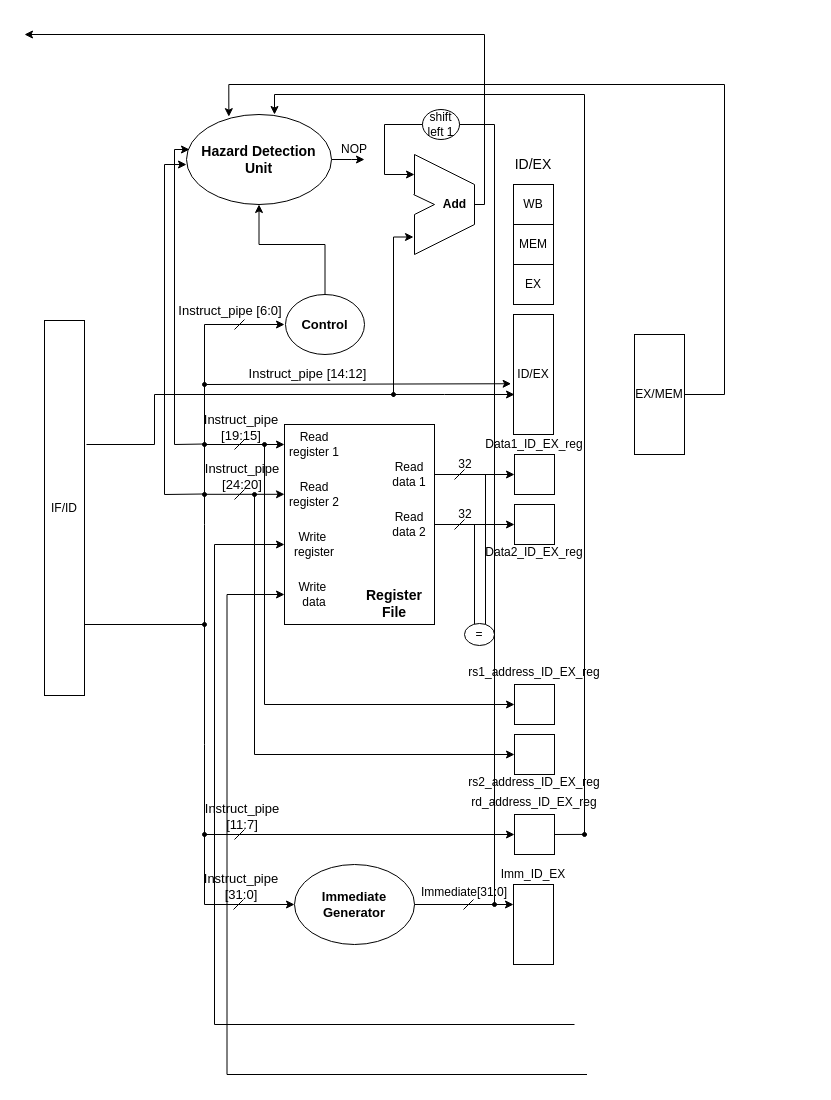
This is lab3/decode.drawio from Dragosk97/ISA-laboratories, a draw.io file, before an edit. Source tidied: cells renumbered, new cells numbered last; positions are measured from the earlier drawing's top-left corner, leaving out a move shared by most shapes. Both pictures are drawn from the tidied source at 100%, with x=0, y=0 at pixel (24, 34).
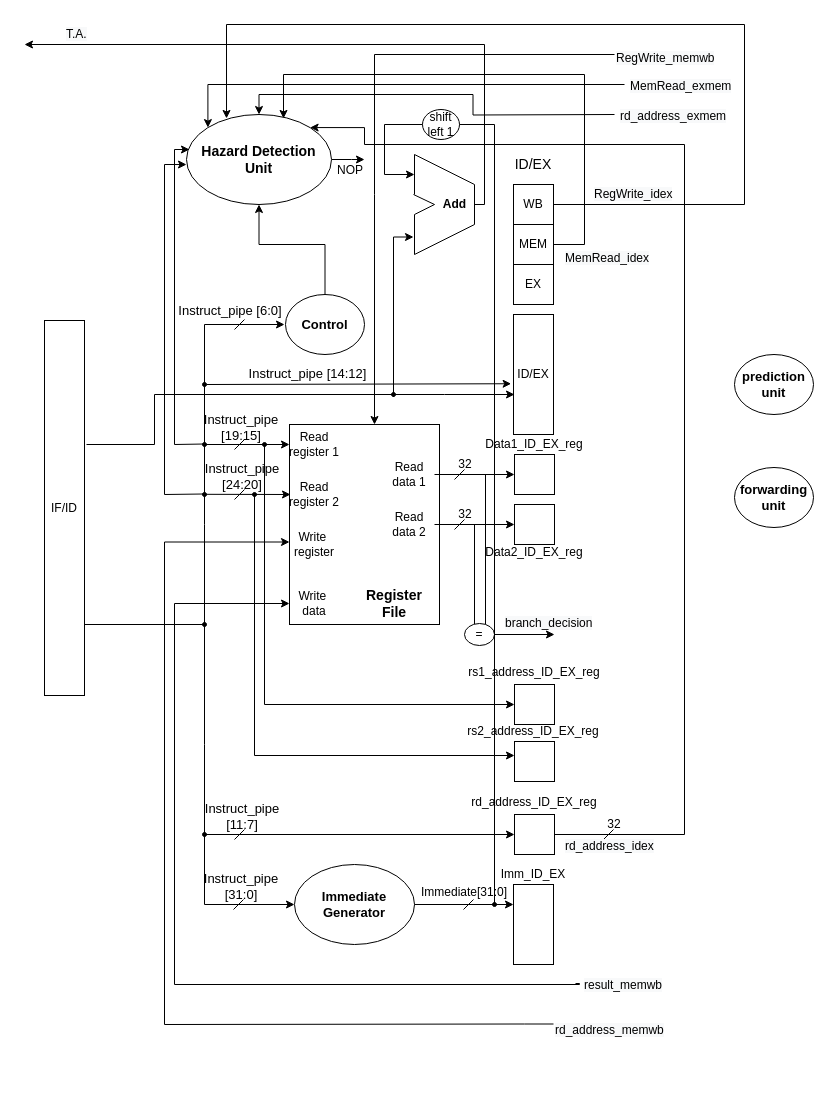
The same diagram, later.

Unchanged cells that the change refers to:
```xml
<mxCell id="5" value="Read register 1" style="text;html=1;strokeColor=none;fillColor=none;align=center;verticalAlign=middle;whiteSpace=wrap;rounded=0;" parent="1" vertex="1">
  <mxGeometry x="260" y="400" width="60" height="20" as="geometry" />
</mxCell>
<mxCell id="53" value="WB" style="rounded=0;whiteSpace=wrap;html=1;" parent="1" vertex="1">
  <mxGeometry x="489" y="150" width="40" height="40" as="geometry" />
</mxCell>
<mxCell id="54" value="MEM" style="rounded=0;whiteSpace=wrap;html=1;" parent="1" vertex="1">
  <mxGeometry x="489" y="190" width="40" height="40" as="geometry" />
</mxCell>
<mxCell id="65" style="rounded=0;whiteSpace=wrap;html=1;" parent="1" vertex="1">
  <mxGeometry x="490" y="780" width="40" height="40" as="geometry" />
</mxCell>
<mxCell id="70" value="&lt;font style=&quot;font-size: 14px&quot;&gt;&lt;b&gt;Hazard Detection Unit&lt;/b&gt;&lt;/font&gt;" style="ellipse;whiteSpace=wrap;html=1;" parent="1" vertex="1">
  <mxGeometry x="162" y="80" width="145" height="90" as="geometry" />
</mxCell>
<mxCell id="80" value="&lt;span&gt;Add&lt;/span&gt;" style="text;html=1;align=center;verticalAlign=middle;points=[];fontStyle=1;" parent="1" vertex="1">
  <mxGeometry x="410" y="160" width="40" height="20" as="geometry" />
</mxCell>
```

The edit, as a diff of the source:
```diff
@@
-    <mxCell id="3" style="endArrow=classic;html=1;rounded=0;entryX=0;entryY=0.5;entryDx=0;entryDy=0;" parent="1" edge="1" target="5">
+    <mxCell id="3" style="endArrow=classic;html=1;rounded=0;" parent="1" edge="1">
       <mxGeometry relative="1" as="geometry">
-        <mxPoint x="180" y="590" as="sourcePoint" />
+        <mxPoint x="180" y="591" as="sourcePoint" />
+        <mxPoint x="265" y="410" as="targetPoint" />
         <Array as="points">
           <mxPoint x="180" y="490" />
           <mxPoint x="180" y="410" />
         </Array>
       </mxGeometry>
     </mxCell>
+    <mxCell id="100" style="edgeStyle=orthogonalEdgeStyle;rounded=0;jettySize=auto;html=1;exitX=0;exitY=0.75;exitDx=0;exitDy=0;entryX=0;entryY=0.5;entryDx=0;entryDy=0;" parent="1" edge="1" target="8">
+      <mxGeometry relative="1" as="geometry">
+        <mxPoint x="551" y="949" as="sourcePoint" />
+        <Array as="points">
+          <mxPoint x="555" y="949" />
+          <mxPoint x="555" y="950" />
+          <mxPoint x="150" y="950" />
+          <mxPoint x="150" y="569" />
+        </Array>
+      </mxGeometry>
+    </mxCell>
+    <mxCell id="101" style="edgeStyle=orthogonalEdgeStyle;rounded=0;jettySize=auto;html=1;exitX=0;exitY=0.25;exitDx=0;exitDy=0;" parent="1" edge="1" source="110">
+      <mxGeometry relative="1" as="geometry">
+        <mxPoint x="265" y="507.5" as="targetPoint" />
+        <Array as="points">
+          <mxPoint x="500" y="990" />
+          <mxPoint x="140" y="990" />
+          <mxPoint x="140" y="508" />
+        </Array>
+      </mxGeometry>
+    </mxCell>
+    <mxCell id="102" style="edgeStyle=orthogonalEdgeStyle;rounded=0;orthogonalLoop=1;jettySize=auto;html=1;exitX=0.5;exitY=0;exitDx=0;exitDy=0;entryX=0.5;entryY=0;entryDx=0;entryDy=0;" parent="1" edge="1">
+      <mxGeometry relative="1" as="geometry">
+        <mxPoint x="590" y="20" as="sourcePoint" />
+        <mxPoint x="350" y="390" as="targetPoint" />
+        <Array as="points">
+          <mxPoint x="350" y="160" />
+          <mxPoint x="350" y="160" />
+        </Array>
+      </mxGeometry>
+    </mxCell>
     <mxCell id="4" style="rounded=0;whiteSpace=wrap;html=1;" parent="1" vertex="1">
-      <mxGeometry x="260" y="390" width="150" height="200" as="geometry" />
+      <mxGeometry x="265" y="390" width="150" height="200" as="geometry" />
     </mxCell>
@@
     <mxCell id="7" value="Write&amp;nbsp;&lt;br&gt;register" style="text;html=1;strokeColor=none;fillColor=none;align=center;verticalAlign=middle;whiteSpace=wrap;rounded=0;" parent="1" vertex="1">
-      <mxGeometry x="260" y="500" width="60" height="20" as="geometry" />
+      <mxGeometry x="265" y="500" width="50" height="20" as="geometry" />
     </mxCell>
     <mxCell id="8" value="Write&amp;nbsp;&lt;br&gt;data&lt;br&gt;" style="text;html=1;strokeColor=none;fillColor=none;align=center;verticalAlign=middle;whiteSpace=wrap;rounded=0;" parent="1" vertex="1">
-      <mxGeometry x="260" y="550" width="60" height="20" as="geometry" />
+      <mxGeometry x="265" y="559" width="50" height="20" as="geometry" />
     </mxCell>
@@
     <mxCell id="12" style="endArrow=classic;html=1;" parent="1" edge="1">
       <mxGeometry relative="1" as="geometry">
-        <mxPoint x="180" y="459.8" as="sourcePoint" />
-        <mxPoint x="260" y="459.8" as="targetPoint" />
+        <mxPoint x="178" y="459.8" as="sourcePoint" />
+        <mxPoint x="266" y="460" as="targetPoint" />
       </mxGeometry>
     </mxCell>
@@
+    <mxCell id="103" style="edgeStyle=orthogonalEdgeStyle;rounded=0;orthogonalLoop=1;jettySize=auto;html=1;" parent="1" edge="1">
+      <mxGeometry relative="1" as="geometry">
+        <mxPoint x="470" y="600" as="sourcePoint" />
+        <mxPoint x="530" y="600" as="targetPoint" />
+      </mxGeometry>
+    </mxCell>
@@
+    <mxCell id="104" style="edgeStyle=orthogonalEdgeStyle;rounded=0;jettySize=auto;html=1;exitX=1;exitY=0.5;exitDx=0;exitDy=0;entryX=0.276;entryY=0.044;entryDx=0;entryDy=0;entryPerimeter=0;" parent="1" edge="1" source="53" target="70">
+      <mxGeometry relative="1" as="geometry">
+        <Array as="points">
+          <mxPoint x="720" y="170" />
+          <mxPoint x="720" y="-10" />
+          <mxPoint x="202" y="-10" />
+        </Array>
+      </mxGeometry>
+    </mxCell>
@@
+    <mxCell id="105" style="edgeStyle=orthogonalEdgeStyle;rounded=0;jettySize=auto;html=1;exitX=1;exitY=0.5;exitDx=0;exitDy=0;entryX=0.669;entryY=0.044;entryDx=0;entryDy=0;entryPerimeter=0;" parent="1" edge="1" source="54" target="70">
+      <mxGeometry relative="1" as="geometry">
+        <Array as="points">
+          <mxPoint x="560" y="210" />
+          <mxPoint x="560" y="40" />
+          <mxPoint x="259" y="40" />
+        </Array>
+      </mxGeometry>
+    </mxCell>
@@
     <mxCell id="57" style="endArrow=classic;html=1;rounded=0;" parent="1" edge="1">
       <mxGeometry relative="1" as="geometry">
-        <mxPoint x="230" y="460" as="sourcePoint" />
-        <mxPoint x="490" y="720" as="targetPoint" />
+        <mxPoint x="230" y="461" as="sourcePoint" />
+        <mxPoint x="490" y="721" as="targetPoint" />
         <Array as="points">
-          <mxPoint x="230" y="720" />
+          <mxPoint x="230" y="721" />
         </Array>
       </mxGeometry>
     </mxCell>
@@
     <mxCell id="60" style="rounded=0;whiteSpace=wrap;html=1;" parent="1" vertex="1">
-      <mxGeometry x="490" y="700" width="40" height="40" as="geometry" />
+      <mxGeometry x="490" y="707" width="40" height="40" as="geometry" />
     </mxCell>
@@
     <mxCell id="62" value="rs2_address_ID_EX_reg" style="text;html=1;strokeColor=none;fillColor=none;align=center;verticalAlign=middle;whiteSpace=wrap;rounded=0;" parent="1" vertex="1">
-      <mxGeometry x="490" y="737.5" width="40" height="20" as="geometry" />
+      <mxGeometry x="489" y="687" width="40" height="20" as="geometry" />
     </mxCell>
@@
+    <mxCell id="106" style="edgeStyle=orthogonalEdgeStyle;rounded=0;jettySize=auto;html=1;exitX=1;exitY=0.5;exitDx=0;exitDy=0;entryX=1;entryY=0;entryDx=0;entryDy=0;" parent="1" edge="1" source="65" target="70">
+      <mxGeometry relative="1" as="geometry">
+        <Array as="points">
+          <mxPoint x="660" y="800" />
+          <mxPoint x="660" y="110" />
+          <mxPoint x="340" y="110" />
+          <mxPoint x="340" y="93" />
+        </Array>
+      </mxGeometry>
+    </mxCell>
@@
+    <mxCell id="107" style="edgeStyle=orthogonalEdgeStyle;rounded=0;jettySize=auto;html=1;entryX=0;entryY=0;entryDx=0;entryDy=0;" parent="1" edge="1" target="70">
+      <mxGeometry relative="1" as="geometry">
+        <mxPoint x="600" y="50" as="sourcePoint" />
+        <Array as="points">
+          <mxPoint x="183" y="50" />
+        </Array>
+      </mxGeometry>
+    </mxCell>
+    <mxCell id="108" style="edgeStyle=orthogonalEdgeStyle;rounded=0;jettySize=auto;html=1;exitX=0.5;exitY=0;exitDx=0;exitDy=0;entryX=0.5;entryY=0;entryDx=0;entryDy=0;" parent="1" edge="1" target="70">
+      <mxGeometry relative="1" as="geometry">
+        <mxPoint x="590" y="80" as="sourcePoint" />
+      </mxGeometry>
+    </mxCell>
@@
     <mxCell id="79" style="edgeStyle=orthogonalEdgeStyle;rounded=0;jettySize=auto;html=1;" parent="1" edge="1" source="80">
       <mxGeometry relative="1" as="geometry">
-        <mxPoint as="targetPoint" />
+        <mxPoint y="10" as="targetPoint" />
         <Array as="points">
           <mxPoint x="460" y="170" />
-          <mxPoint x="460" />
-          <mxPoint />
+          <mxPoint x="460" y="10" />
+          <mxPoint y="10" />
         </Array>
       </mxGeometry>
     </mxCell>
@@
-    <mxCell id="87" style="endArrow=classic;html=1;entryX=0.607;entryY=0;entryDx=0;entryDy=0;entryPerimeter=0;rounded=0;" parent="1" edge="1" target="70">
-      <mxGeometry relative="1" as="geometry">
-        <mxPoint x="560" y="800" as="sourcePoint" />
-        <Array as="points">
-          <mxPoint x="560" y="60" />
-          <mxPoint x="250" y="60" />
-        </Array>
-      </mxGeometry>
-    </mxCell>
-    <mxCell id="88" style="verticalLabelPosition=bottom;shadow=0;dashed=0;align=center;html=1;verticalAlign=top;shape=mxgraph.electrical.logic_gates.inverting_contact;fillColor=#000000;" parent="1" vertex="1">
-      <mxGeometry x="557.5" y="797.5" width="5" height="5" as="geometry" />
-    </mxCell>
     <mxCell id="89" value="NOP" style="text;html=1;strokeColor=none;fillColor=none;align=center;verticalAlign=middle;whiteSpace=wrap;rounded=0;" parent="1" vertex="1">
-      <mxGeometry x="310" y="105" width="40" height="20" as="geometry" />
+      <mxGeometry x="306" y="126" width="40" height="20" as="geometry" />
     </mxCell>
@@
-    <mxCell id="91" style="endArrow=none;html=1;" parent="1" edge="1">
-      <mxGeometry relative="1" as="geometry">
-        <mxPoint x="530" y="800" as="sourcePoint" />
-        <mxPoint x="562.5" y="799.9" as="targetPoint" />
-      </mxGeometry>
-    </mxCell>
@@
-    <mxCell id="96" style="edgeStyle=orthogonalEdgeStyle;rounded=0;jettySize=auto;html=1;exitX=1;exitY=0.5;exitDx=0;exitDy=0;entryX=0.292;entryY=0.024;entryDx=0;entryDy=0;entryPerimeter=0;" parent="1" edge="1" source="97" target="70">
-      <mxGeometry relative="1" as="geometry">
-        <Array as="points">
-          <mxPoint x="700" y="360" />
-          <mxPoint x="700" y="50" />
-          <mxPoint x="204" y="50" />
-        </Array>
-      </mxGeometry>
-    </mxCell>
-    <mxCell id="97" value="EX/MEM" style="rounded=0;whiteSpace=wrap;html=1;" parent="1" vertex="1">
-      <mxGeometry x="610" y="300" width="50" height="120" as="geometry" />
-    </mxCell>
-    <mxCell id="98" style="endArrow=classic;html=1;entryX=0;entryY=0.5;entryDx=0;entryDy=0;rounded=0;" parent="1" edge="1">
-      <mxGeometry relative="1" as="geometry">
-        <mxPoint x="550" y="990" as="sourcePoint" />
-        <mxPoint x="260" y="510" as="targetPoint" />
-        <Array as="points">
-          <mxPoint x="190" y="990" />
-          <mxPoint x="190" y="510" />
-        </Array>
-      </mxGeometry>
-    </mxCell>
-    <mxCell id="99" style="endArrow=classic;html=1;entryX=0;entryY=0.5;entryDx=0;entryDy=0;rounded=0;" parent="1" edge="1" target="8">
-      <mxGeometry relative="1" as="geometry">
-        <mxPoint x="562.5" y="1040" as="sourcePoint" />
-        <Array as="points">
-          <mxPoint x="202.5" y="1040" />
-          <mxPoint x="202.5" y="560" />
-        </Array>
-      </mxGeometry>
-    </mxCell>
+    <mxCell id="109" value="&lt;span style=&quot;color: rgb(0 , 0 , 0) ; font-family: &amp;#34;helvetica&amp;#34; ; font-size: 12px ; font-style: normal ; font-weight: 400 ; letter-spacing: normal ; text-align: center ; text-indent: 0px ; text-transform: none ; word-spacing: 0px ; background-color: rgb(248 , 249 , 250) ; display: inline ; float: none&quot;&gt;result_memwb&lt;/span&gt;" style="text;whiteSpace=wrap;html=1;" parent="1" vertex="1">
+      <mxGeometry x="557.5" y="937" width="80" height="30" as="geometry" />
+    </mxCell>
+    <mxCell id="110" value="&lt;span style=&quot;color: rgb(0 , 0 , 0) ; font-family: &amp;#34;helvetica&amp;#34; ; font-size: 12px ; font-style: normal ; font-weight: 400 ; letter-spacing: normal ; text-align: center ; text-indent: 0px ; text-transform: none ; word-spacing: 0px ; background-color: rgb(248 , 249 , 250) ; display: inline ; float: none&quot;&gt;rd_address_memwb&lt;/span&gt;" style="text;whiteSpace=wrap;html=1;" parent="1" vertex="1">
+      <mxGeometry x="529" y="982" width="100" height="30" as="geometry" />
+    </mxCell>
+    <mxCell id="111" value="&lt;span style=&quot;color: rgb(0 , 0 , 0) ; font-family: &amp;#34;helvetica&amp;#34; ; font-size: 12px ; font-style: normal ; font-weight: 400 ; letter-spacing: normal ; text-align: center ; text-indent: 0px ; text-transform: none ; word-spacing: 0px ; background-color: rgb(248 , 249 , 250) ; display: inline ; float: none&quot;&gt;RegWrite_memwb&lt;/span&gt;" style="text;whiteSpace=wrap;html=1;" parent="1" vertex="1">
+      <mxGeometry x="590" y="10" width="100" height="30" as="geometry" />
+    </mxCell>
+    <mxCell id="112" value="&lt;span style=&quot;color: rgb(0 , 0 , 0) ; font-family: &amp;#34;helvetica&amp;#34; ; font-size: 12px ; font-style: normal ; font-weight: 400 ; letter-spacing: normal ; text-align: center ; text-indent: 0px ; text-transform: none ; word-spacing: 0px ; background-color: rgb(248 , 249 , 250) ; display: inline ; float: none&quot;&gt;MemRead_exmem&lt;/span&gt;" style="text;whiteSpace=wrap;html=1;" parent="1" vertex="1">
+      <mxGeometry x="604" y="38" width="90" height="30" as="geometry" />
+    </mxCell>
+    <mxCell id="113" value="&lt;span style=&quot;color: rgb(0 , 0 , 0) ; font-family: &amp;#34;helvetica&amp;#34; ; font-size: 12px ; font-style: normal ; font-weight: 400 ; letter-spacing: normal ; text-align: center ; text-indent: 0px ; text-transform: none ; word-spacing: 0px ; background-color: rgb(248 , 249 , 250) ; display: inline ; float: none&quot;&gt;rd_address_exmem&lt;/span&gt;" style="text;whiteSpace=wrap;html=1;" parent="1" vertex="1">
+      <mxGeometry x="594" y="68" width="110" height="30" as="geometry" />
+    </mxCell>
+    <mxCell id="114" value="&lt;span style=&quot;color: rgb(0 , 0 , 0) ; font-family: &amp;#34;helvetica&amp;#34; ; font-size: 12px ; font-style: normal ; font-weight: 400 ; letter-spacing: normal ; text-align: center ; text-indent: 0px ; text-transform: none ; word-spacing: 0px ; background-color: rgb(248 , 249 , 250) ; display: inline ; float: none&quot;&gt;branch_decision&lt;/span&gt;" style="text;whiteSpace=wrap;html=1;" parent="1" vertex="1">
+      <mxGeometry x="479" y="575" width="80" height="30" as="geometry" />
+    </mxCell>
+    <mxCell id="115" value="&lt;span style=&quot;color: rgb(0 , 0 , 0) ; font-family: &amp;#34;helvetica&amp;#34; ; font-size: 12px ; font-style: normal ; font-weight: 400 ; letter-spacing: normal ; text-align: center ; text-indent: 0px ; text-transform: none ; word-spacing: 0px ; background-color: rgb(248 , 249 , 250) ; display: inline ; float: none&quot;&gt;T.A.&lt;/span&gt;" style="text;whiteSpace=wrap;html=1;" parent="1" vertex="1">
+      <mxGeometry x="40" y="-14" width="30" height="30" as="geometry" />
+    </mxCell>
+    <mxCell id="116" style="endArrow=none;html=1;" parent="1" edge="1">
+      <mxGeometry relative="1" as="geometry">
+        <mxPoint x="579" y="805" as="sourcePoint" />
+        <mxPoint x="589" y="795" as="targetPoint" />
+      </mxGeometry>
+    </mxCell>
+    <mxCell id="117" value="32" style="text;html=1;strokeColor=none;fillColor=none;align=center;verticalAlign=middle;whiteSpace=wrap;rounded=0;" parent="1" vertex="1">
+      <mxGeometry x="570" y="780" width="40" height="20" as="geometry" />
+    </mxCell>
+    <mxCell id="118" value="&lt;span style=&quot;color: rgb(0 , 0 , 0) ; font-family: &amp;#34;helvetica&amp;#34; ; font-size: 12px ; font-style: normal ; font-weight: 400 ; letter-spacing: normal ; text-align: center ; text-indent: 0px ; text-transform: none ; word-spacing: 0px ; background-color: rgb(248 , 249 , 250) ; display: inline ; float: none&quot;&gt;rd_address_idex&lt;br&gt;&lt;br&gt;&lt;/span&gt;" style="text;whiteSpace=wrap;html=1;" parent="1" vertex="1">
+      <mxGeometry x="539" y="797.5" width="90" height="30" as="geometry" />
+    </mxCell>
+    <mxCell id="119" value="&lt;span style=&quot;color: rgb(0 , 0 , 0) ; font-family: &amp;#34;helvetica&amp;#34; ; font-size: 12px ; font-style: normal ; font-weight: 400 ; letter-spacing: normal ; text-align: center ; text-indent: 0px ; text-transform: none ; word-spacing: 0px ; background-color: rgb(248 , 249 , 250) ; display: inline ; float: none&quot;&gt;MemRead_idex&lt;/span&gt;" style="text;whiteSpace=wrap;html=1;" parent="1" vertex="1">
+      <mxGeometry x="539" y="210" width="90" height="30" as="geometry" />
+    </mxCell>
+    <mxCell id="120" value="&lt;span style=&quot;color: rgb(0 , 0 , 0) ; font-family: &amp;#34;helvetica&amp;#34; ; font-size: 12px ; font-style: normal ; font-weight: 400 ; letter-spacing: normal ; text-align: center ; text-indent: 0px ; text-transform: none ; word-spacing: 0px ; background-color: rgb(248 , 249 , 250) ; display: inline ; float: none&quot;&gt;RegWrite_idex&lt;/span&gt;" style="text;whiteSpace=wrap;html=1;" parent="1" vertex="1">
+      <mxGeometry x="567.5" y="146" width="70" height="30" as="geometry" />
+    </mxCell>
+    <mxCell id="121" value="&lt;b&gt;&lt;font style=&quot;font-size: 13px&quot;&gt;prediction unit&lt;/font&gt;&lt;/b&gt;" style="ellipse;whiteSpace=wrap;html=1;" parent="1" vertex="1">
+      <mxGeometry x="710" y="320" width="79" height="60" as="geometry" />
+    </mxCell>
+    <mxCell id="122" value="&lt;b&gt;&lt;font style=&quot;font-size: 13px&quot;&gt;forwarding unit&lt;/font&gt;&lt;/b&gt;" style="ellipse;whiteSpace=wrap;html=1;" parent="1" vertex="1">
+      <mxGeometry x="710" y="433" width="79" height="60" as="geometry" />
+    </mxCell>
```
